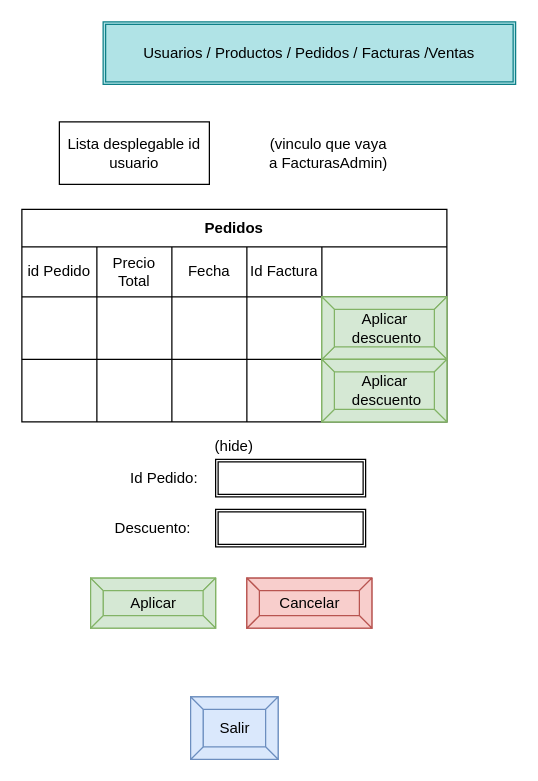
The draw.io diagram page "PedidosAdmin" (6 of 9) of ListaCompra.drawio in katacliny/practica, before the edit. Source tidied: cells renumbered, new cells numbered last; positions are measured from the earlier drawing's top-left corner, leaving out a move shared by most shapes. Both pictures are drawn from the tidied source at 125%, with x=0, y=0 at pixel (21, 21).
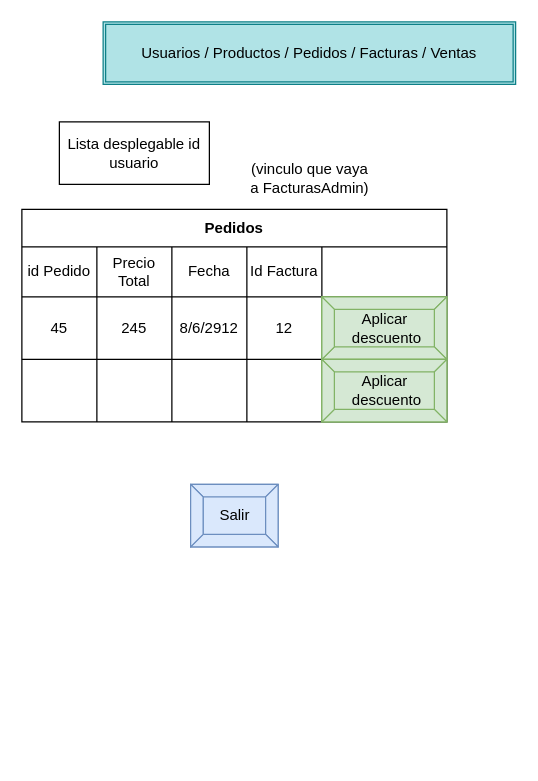
The same diagram, later.

The change refers to these unchanged cells:
```xml
<mxCell id="9" style="shape=partialRectangle;html=1;whiteSpace=wrap;fillColor=none;top=0;left=0;bottom=0;right=0;" parent="2" vertex="1">
  <mxGeometry y="70" width="340" height="50" as="geometry" />
</mxCell>
```

Diff of the diagram source:
```diff
@@
-    <mxCell id="10" style="shape=partialRectangle;html=1;whiteSpace=wrap;fillColor=none;top=0;left=0;bottom=0;right=0;overflow=hidden;" parent="9" vertex="1">
+    <mxCell id="10" value="45" style="shape=partialRectangle;html=1;whiteSpace=wrap;fillColor=none;top=0;left=0;bottom=0;right=0;overflow=hidden;" parent="9" vertex="1">
       <mxGeometry width="60" height="50" as="geometry" />
     </mxCell>
-    <mxCell id="11" style="shape=partialRectangle;html=1;whiteSpace=wrap;fillColor=none;top=0;left=0;bottom=0;right=0;overflow=hidden;" parent="9" vertex="1">
+    <mxCell id="11" value="245" style="shape=partialRectangle;html=1;whiteSpace=wrap;fillColor=none;top=0;left=0;bottom=0;right=0;overflow=hidden;" parent="9" vertex="1">
       <mxGeometry x="60" width="60" height="50" as="geometry" />
     </mxCell>
-    <mxCell id="12" style="shape=partialRectangle;html=1;whiteSpace=wrap;fillColor=none;top=0;left=0;bottom=0;right=0;overflow=hidden;" parent="9" vertex="1">
+    <mxCell id="12" value="8/6/2912" style="shape=partialRectangle;html=1;whiteSpace=wrap;fillColor=none;top=0;left=0;bottom=0;right=0;overflow=hidden;" parent="9" vertex="1">
       <mxGeometry x="120" width="60" height="50" as="geometry" />
     </mxCell>
-    <mxCell id="13" style="shape=partialRectangle;html=1;whiteSpace=wrap;fillColor=none;top=0;left=0;bottom=0;right=0;overflow=hidden;" parent="9" vertex="1">
+    <mxCell id="13" value="12" style="shape=partialRectangle;html=1;whiteSpace=wrap;fillColor=none;top=0;left=0;bottom=0;right=0;overflow=hidden;" parent="9" vertex="1">
       <mxGeometry x="180" width="60" height="50" as="geometry" />
     </mxCell>
@@
-    <mxCell id="22" value="Usuarios / Productos / Pedidos / Facturas /Ventas" style="shape=ext;double=1;rounded=0;whiteSpace=wrap;html=1;fillColor=#b0e3e6;strokeColor=#0e8088;" parent="1" vertex="1">
+    <mxCell id="22" value="Usuarios / Productos / Pedidos / Facturas / Ventas" style="shape=ext;double=1;rounded=0;whiteSpace=wrap;html=1;fillColor=#b0e3e6;strokeColor=#0e8088;" parent="1" vertex="1">
       <mxGeometry x="65" width="330" height="50" as="geometry" />
     </mxCell>
     <mxCell id="23" value="(vinculo que vaya &lt;br&gt;a FacturasAdmin)" style="text;html=1;align=center;verticalAlign=middle;" parent="1" vertex="1">
-      <mxGeometry x="190" y="90" width="110" height="30" as="geometry" />
+      <mxGeometry x="175" y="110" width="110" height="30" as="geometry" />
     </mxCell>
     <mxCell id="24" value="Salir" style="labelPosition=center;verticalLabelPosition=middle;align=center;html=1;shape=mxgraph.basic.button;dx=10;fillColor=#dae8fc;strokeColor=#6c8ebf;" parent="1" vertex="1">
-      <mxGeometry x="135" y="540" width="70" height="50" as="geometry" />
+      <mxGeometry x="135" y="370" width="70" height="50" as="geometry" />
     </mxCell>
@@
-    <mxCell id="27" value="(hide)" style="text;html=1;strokeColor=none;fillColor=none;align=center;verticalAlign=middle;whiteSpace=wrap;rounded=0;" parent="1" vertex="1">
-      <mxGeometry x="150" y="330" width="40" height="20" as="geometry" />
-    </mxCell>
-    <mxCell id="28" value="Id Pedido:" style="text;html=1;strokeColor=none;fillColor=none;align=left;verticalAlign=middle;whiteSpace=wrap;rounded=0;" parent="1" vertex="1">
-      <mxGeometry x="85" y="355" width="70" height="20" as="geometry" />
-    </mxCell>
-    <mxCell id="29" style="shape=ext;double=1;rounded=0;whiteSpace=wrap;html=1;" parent="1" vertex="1">
-      <mxGeometry x="155" y="350" width="120" height="30" as="geometry" />
-    </mxCell>
-    <mxCell id="30" value="Descuento:" style="text;html=1;strokeColor=none;fillColor=none;align=center;verticalAlign=middle;whiteSpace=wrap;rounded=0;" parent="1" vertex="1">
-      <mxGeometry x="85" y="395" width="40" height="20" as="geometry" />
-    </mxCell>
-    <mxCell id="31" style="shape=ext;double=1;rounded=0;whiteSpace=wrap;html=1;" parent="1" vertex="1">
-      <mxGeometry x="155" y="390" width="120" height="30" as="geometry" />
-    </mxCell>
-    <mxCell id="32" value="Aplicar" style="labelPosition=center;verticalLabelPosition=middle;align=center;html=1;shape=mxgraph.basic.button;dx=10;fillColor=#d5e8d4;strokeColor=#82b366;" parent="1" vertex="1">
-      <mxGeometry x="55" y="445" width="100" height="40" as="geometry" />
-    </mxCell>
-    <mxCell id="33" value="Cancelar" style="labelPosition=center;verticalLabelPosition=middle;align=center;html=1;shape=mxgraph.basic.button;dx=10;fillColor=#f8cecc;strokeColor=#b85450;" parent="1" vertex="1">
-      <mxGeometry x="180" y="445" width="100" height="40" as="geometry" />
-    </mxCell>
```
